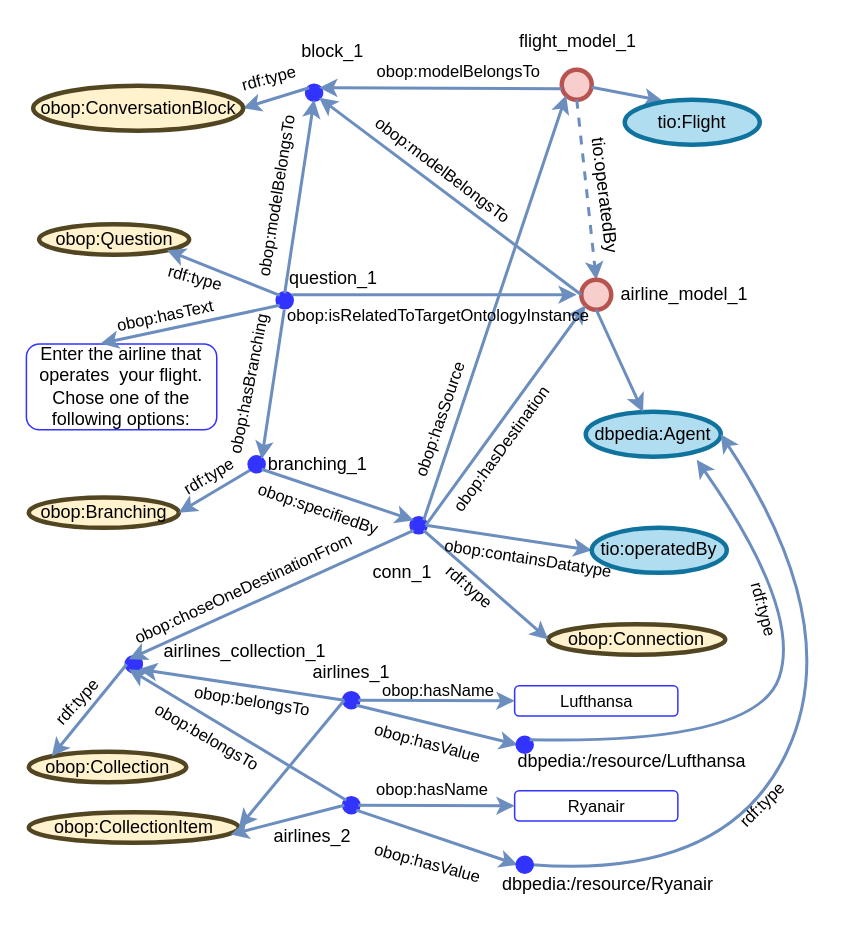
Before: img/branching_schema.drawio in petkorutesic/chatbots_KGSWC-2023, a draw.io diagram. Source tidied: cells renumbered, new cells numbered last; positions are measured from the earlier drawing's top-left corner, leaving out a move shared by most shapes. Both pictures are drawn from the tidied source at 150%, with x=0, y=0 at pixel (26, 26).
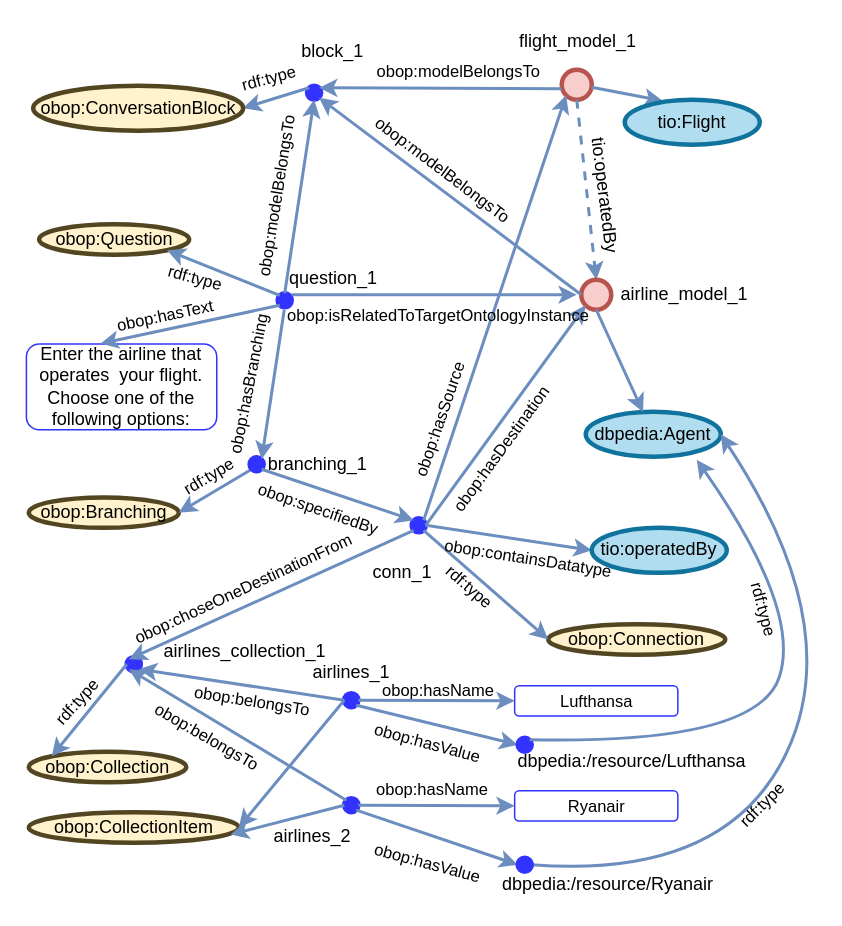
The same page after the edit.

The edit, as a diff of the source:
```diff
@@
-    <mxCell id="84" value="&lt;span style=&quot;font-size: 12px;&quot;&gt;Enter the airline that operates&amp;nbsp; your flight. Chose one of the following options:&lt;/span&gt;" style="rounded=1;whiteSpace=wrap;html=1;strokeColor=#3333FF;fontSize=11;fillColor=none;" parent="1" vertex="1">
+    <mxCell id="84" value="&lt;span style=&quot;font-size: 12px;&quot;&gt;Enter the airline that operates&amp;nbsp; your flight. Choose one of the following options:&lt;/span&gt;" style="rounded=1;whiteSpace=wrap;html=1;strokeColor=#3333FF;fontSize=11;fillColor=none;" parent="1" vertex="1">
       <mxGeometry x="0.1" y="211.8" width="126.9" height="57.2" as="geometry" />
     </mxCell>
```
